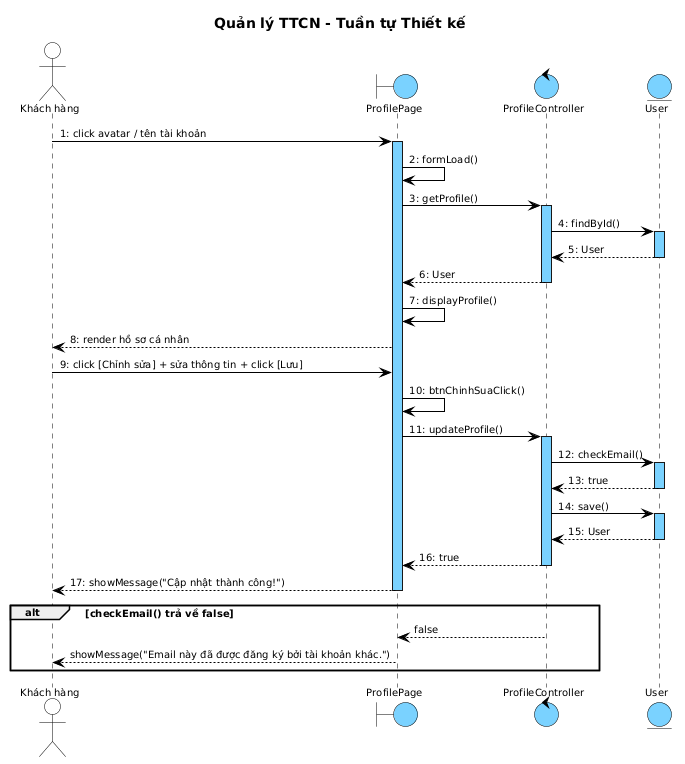
The PlantUML diagram output/diagrams/account_seq_profile_design.png in thanhtrnnn/cnpm, before a commit.
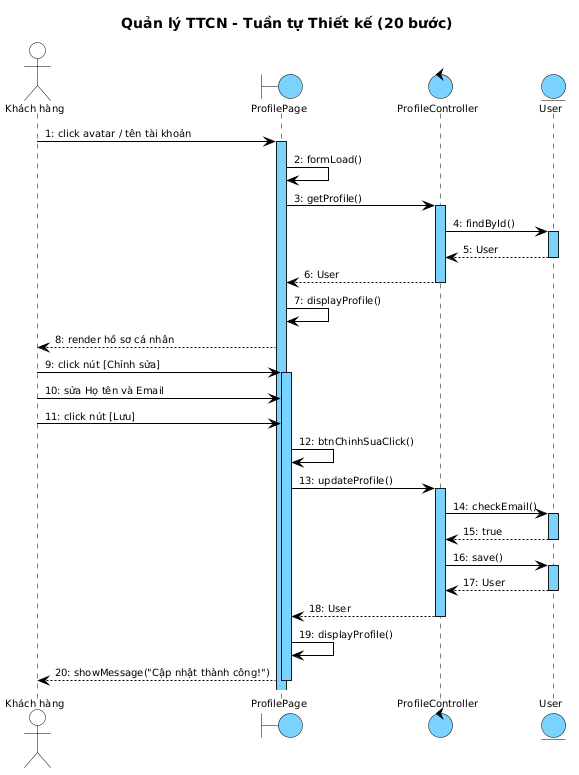
Above is the later version.

The edit, as a diff of the source:
```diff
@@ -1,23 +1,54 @@
 @startuml
 skinparam shadowing false
 skinparam SequenceMessageAlign left
+
 skinparam SequenceLifeLineBackgroundColor #7AD2FF
 skinparam SequenceLifeLineBorderColor #000000
 
 <style>
 sequenceDiagram {
-  Shadowing 0; RoundCorner 0; FontName "Arial"; FontSize 10; FontColor #000000
-  participant { BackgroundColor #7AD2FF; LineColor #000000; LineThickness 1 }
-  actor { BackgroundColor transparent; LineColor #000000 }
-  boundary { BackgroundColor #7AD2FF; LineColor #000000 }
-  control { BackgroundColor #7AD2FF; LineColor #000000 }
-  entity { BackgroundColor #7AD2FF; LineColor #000000 }
-  lifeline { LineColor #000000; LineStyle 5-5 }
-  arrow { LineColor #000000; LineThickness 1; FontSize 10 }
+  Shadowing 0
+  RoundCorner 0
+  FontName "Arial"
+  FontSize 10
+  FontColor #000000
+
+  participant {
+    BackgroundColor #7AD2FF
+    LineColor #000000
+    LineThickness 1
+  }
+
+  actor {
+    BackgroundColor transparent
+    LineColor #000000
+  }
+  boundary {
+    BackgroundColor #7AD2FF
+    LineColor #000000
+  }
+  control {
+    BackgroundColor #7AD2FF
+    LineColor #000000
+  }
+  entity {
+    BackgroundColor #7AD2FF
+    LineColor #000000
+  }
+
+  lifeline {
+    LineColor #000000
+    LineStyle 5-5
+  }
+
+  arrow {
+    LineColor #000000
+    LineThickness 1
+    FontSize 10
+  }
 }
 </style>
-
-title Quản lý TTCN - Tuần tự Thiết kế
+title Quản lý TTCN - Tuần tự Thiết kế (20 bước)
 
 actor "Khách hàng" as KH
 boundary ProfilePage as B1
@@ -37,25 +68,24 @@
 deactivate C1
 B1 -> B1 : 7: displayProfile()
 B1 --> KH : 8: render hồ sơ cá nhân
-KH -> B1 : 9: click [Chỉnh sửa] + sửa thông tin + click [Lưu]
-B1 -> B1 : 10: btnChinhSuaClick()
-B1 -> C1 : 11: updateProfile()
+KH -> B1 : 9: click nút [Chỉnh sửa]
+activate B1
+KH -> B1 : 10: sửa Họ tên và Email
+KH -> B1 : 11: click nút [Lưu]
+B1 -> B1 : 12: btnChinhSuaClick()
+B1 -> C1 : 13: updateProfile()
 activate C1
-C1 -> E1 : 12: checkEmail()
+C1 -> E1 : 14: checkEmail()
 activate E1
-E1 --> C1 : 13: true
+E1 --> C1 : 15: true
 deactivate E1
-C1 -> E1 : 14: save()
+C1 -> E1 : 16: save()
 activate E1
-E1 --> C1 : 15: User
+E1 --> C1 : 17: User
 deactivate E1
-C1 --> B1 : 16: true
+C1 --> B1 : 18: User
 deactivate C1
-B1 --> KH : 17: showMessage("Cập nhật thành công!")
+B1 -> B1 : 19: displayProfile()
+B1 --> KH : 20: showMessage("Cập nhật thành công!")
 deactivate B1
-
-alt checkEmail() trả về false
-  C1 --> B1 : false
-  B1 --> KH : showMessage("Email này đã được đăng ký bởi tài khoản khác.")
-end
 @enduml
```
